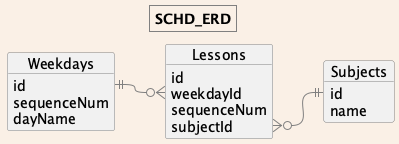
smdyan/school keeps this PlantUML diagram as erd/schd_erd.png. Above is the earlier version.
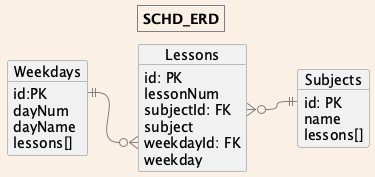
Later version of the same file.

Commit message:
atribut relationship, prevent repetative init, erd in puml

What changed in the source:
```diff
@@ -13,21 +13,25 @@
 title SCHD_ERD
 
 object Lessons {
-    id
-    weekdayId
-    sequenceNum
-    subjectId
+    id: PK
+    lessonNum
+    subjectId: FK
+    subject
+    weekdayId: FK
+    weekday
 }
 
 object Subjects {
-    id
+    id: PK
     name
+    lessons[]
 }
 
 object Weekdays {
-    id
-    sequenceNum
+    id:PK
+    dayNum
     dayName
+    lessons[]
 }
 
 
```
